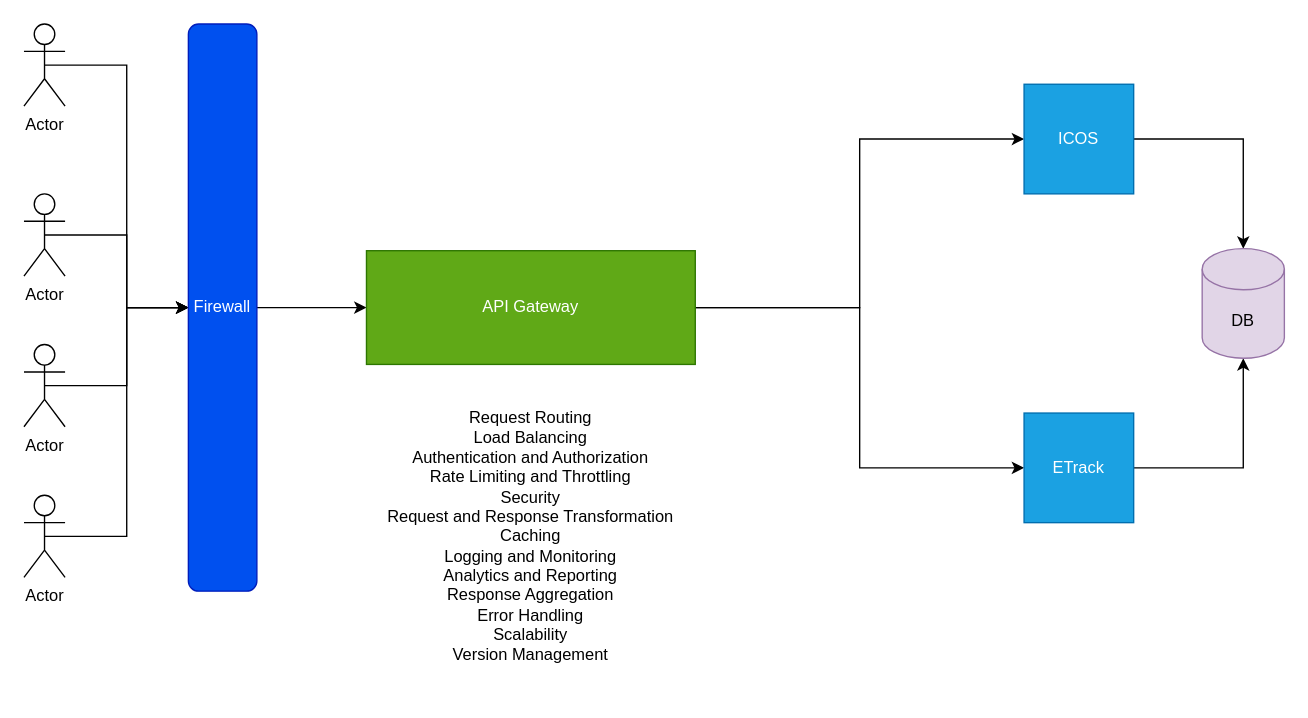
The draw.io diagram system.drawio in jassirwani/posta-mind-mapping, before the edit. Source tidied: cells renumbered, new cells numbered last; positions are measured from the earlier drawing's top-left corner, leaving out a move shared by most shapes. Both pictures are drawn from the tidied source at 137%, with x=0, y=0 at pixel (23, 23).
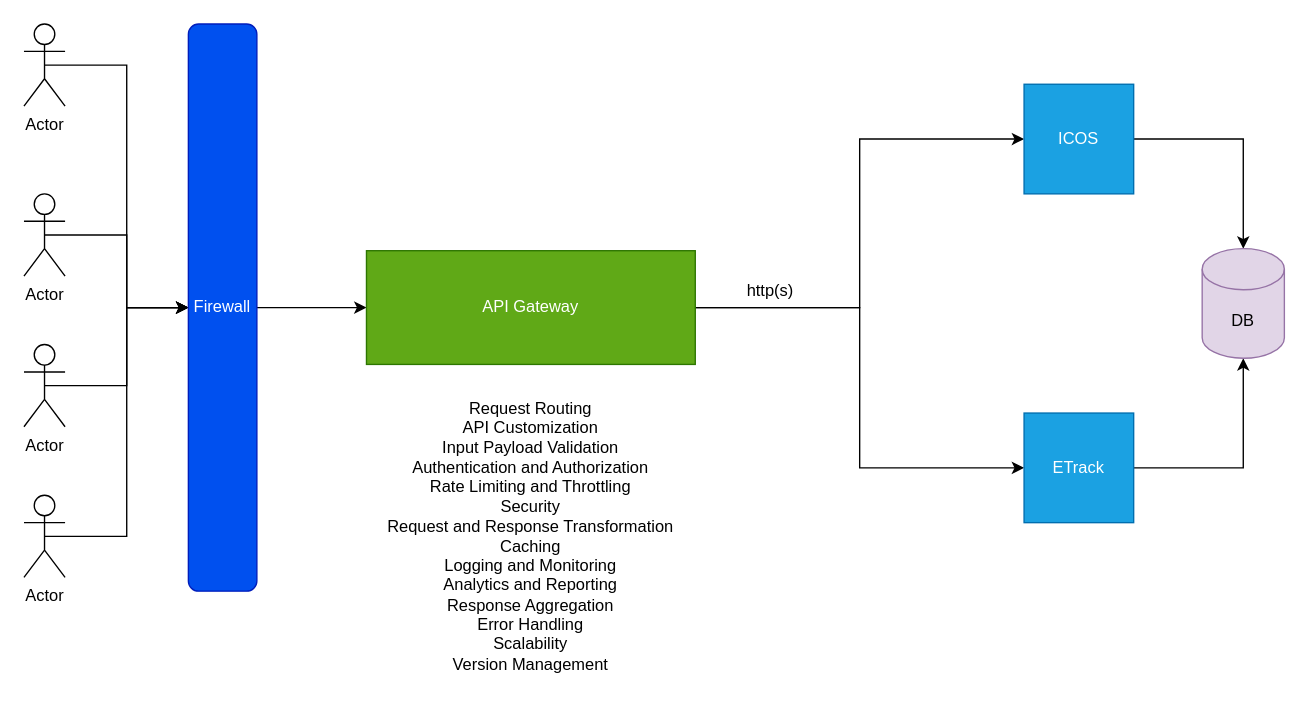
The same diagram, later.

What changed in the source:
```diff
@@
-    <mxCell id="20" value="Request Routing&lt;br&gt;Load Balancing&lt;br&gt;Authentication and Authorization&lt;br&gt;Rate Limiting and Throttling&lt;br&gt;Security&lt;br&gt;Request and Response Transformation&lt;br&gt;Caching&lt;br&gt;Logging and Monitoring&lt;br&gt;Analytics and Reporting&lt;br&gt;Response Aggregation&lt;br&gt;Error Handling&lt;br&gt;Scalability&lt;br&gt;Version Management" style="text;html=1;strokeColor=none;fillColor=none;align=center;verticalAlign=middle;whiteSpace=wrap;rounded=0;" parent="1" vertex="1">
+    <mxCell id="20" value="Request Routing&lt;br&gt;API Customization&lt;br&gt;Input Payload Validation&lt;br&gt;Authentication and Authorization&lt;br&gt;Rate Limiting and Throttling&lt;br&gt;Security&lt;br&gt;Request and Response Transformation&lt;br&gt;Caching&lt;br&gt;Logging and Monitoring&lt;br&gt;Analytics and Reporting&lt;br&gt;Response Aggregation&lt;br&gt;Error Handling&lt;br&gt;Scalability&lt;br&gt;Version Management" style="text;html=1;strokeColor=none;fillColor=none;align=center;verticalAlign=middle;whiteSpace=wrap;rounded=0;" parent="1" vertex="1">
       <mxGeometry x="250" y="259" width="240" height="230" as="geometry" />
     </mxCell>
+    <mxCell id="21" value="http(s)" style="text;html=1;strokeColor=none;fillColor=none;align=center;verticalAlign=middle;whiteSpace=wrap;rounded=0;" parent="1" vertex="1">
+      <mxGeometry x="510" y="184" width="70" height="21.5" as="geometry" />
+    </mxCell>
```
